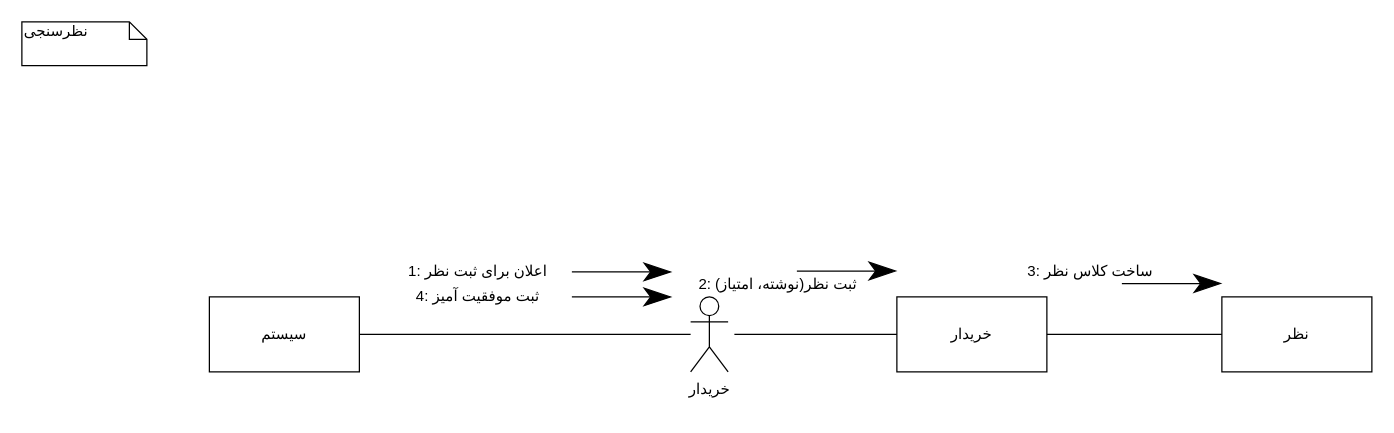
Above: Behavioural Modeling/Communication Diagrams/survey.drawio in khoramian/TahDig_SoftwareEngineering (draw.io), before the change. Source tidied: cells renumbered, new cells numbered last; positions are measured from the earlier drawing's top-left corner, leaving out a move shared by most shapes. Both pictures are drawn from the tidied source at 125%, with x=0, y=0 at pixel (21, 21).
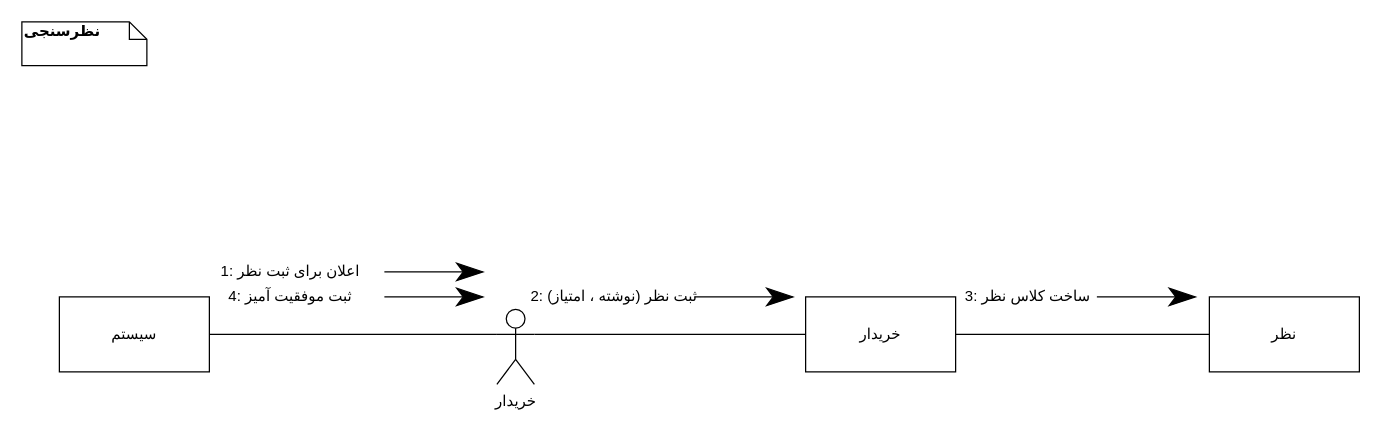
After the change.

Diff of the diagram source:
```diff
@@
-    <mxCell id="2" value="نظرسنجی" style="shape=note;whiteSpace=wrap;html=1;size=14;verticalAlign=top;align=left;spacingTop=-6;rounded=0;shadow=0;comic=0;labelBackgroundColor=none;strokeWidth=1;fontFamily=Verdana;fontSize=12;" parent="1" vertex="1">
+    <mxCell id="2" value="&lt;b&gt;نظرسنجی&lt;/b&gt;" style="shape=note;whiteSpace=wrap;html=1;size=14;verticalAlign=top;align=left;spacingTop=-6;rounded=0;shadow=0;comic=0;labelBackgroundColor=none;strokeWidth=1;fontFamily=Verdana;fontSize=12;" parent="1" vertex="1">
       <mxGeometry width="100" height="35" as="geometry" />
     </mxCell>
     <mxCell id="3" value="سیستم" style="rounded=0;whiteSpace=wrap;html=1;" parent="1" vertex="1">
-      <mxGeometry x="150" y="220" width="120" height="60" as="geometry" />
+      <mxGeometry x="30" y="220" width="120" height="60" as="geometry" />
     </mxCell>
     <mxCell id="4" value="خریدار" style="shape=umlActor;verticalLabelPosition=bottom;verticalAlign=top;html=1;outlineConnect=0;" parent="1" vertex="1">
-      <mxGeometry x="535" y="220" width="30" height="60" as="geometry" />
+      <mxGeometry x="380" y="230" width="30" height="60" as="geometry" />
     </mxCell>
     <mxCell id="5" value="خریدار" style="rounded=0;whiteSpace=wrap;html=1;" parent="1" vertex="1">
-      <mxGeometry x="700" y="220" width="120" height="60" as="geometry" />
+      <mxGeometry x="627" y="220" width="120" height="60" as="geometry" />
     </mxCell>
     <mxCell id="6" value="نظر" style="rounded=0;whiteSpace=wrap;html=1;" parent="1" vertex="1">
-      <mxGeometry x="960" y="220" width="120" height="60" as="geometry" />
+      <mxGeometry x="950" y="220" width="120" height="60" as="geometry" />
     </mxCell>
-    <mxCell id="7" style="endArrow=none;html=1;exitX=1;exitY=0.5;exitDx=0;exitDy=0;" parent="1" edge="1" source="3" target="4">
+    <mxCell id="7" style="endArrow=none;html=1;exitX=1;exitY=0.5;exitDx=0;exitDy=0;entryX=0;entryY=0.3333333333333333;entryDx=0;entryDy=0;entryPerimeter=0;" parent="1" edge="1" source="3" target="4">
       <mxGeometry relative="1" as="geometry" />
     </mxCell>
-    <mxCell id="8" style="endArrow=none;html=1;entryX=0;entryY=0.5;entryDx=0;entryDy=0;" parent="1" edge="1" target="5">
-      <mxGeometry relative="1" as="geometry">
-        <mxPoint x="570" y="250" as="sourcePoint" />
-      </mxGeometry>
+    <mxCell id="8" style="endArrow=none;html=1;entryX=0;entryY=0.5;entryDx=0;entryDy=0;exitX=1;exitY=0.3333333333333333;exitDx=0;exitDy=0;exitPerimeter=0;" parent="1" edge="1" source="4" target="5">
+      <mxGeometry relative="1" as="geometry" />
     </mxCell>
@@
     <mxCell id="10" value="1: اعلان برای ثبت نظر" style="text;html=1;strokeColor=none;fillColor=none;align=center;verticalAlign=middle;whiteSpace=wrap;rounded=0;" parent="1" vertex="1">
-      <mxGeometry x="290" y="190" width="150" height="20" as="geometry" />
+      <mxGeometry x="140" y="190" width="150" height="20" as="geometry" />
     </mxCell>
     <mxCell id="11" style="endArrow=classicThin;html=1;strokeWidth=1;endSize=20;" parent="1" edge="1">
       <mxGeometry relative="1" as="geometry">
-        <mxPoint x="440" y="200" as="sourcePoint" />
-        <mxPoint x="520" y="200" as="targetPoint" />
+        <mxPoint x="290" y="200" as="sourcePoint" />
+        <mxPoint x="370" y="200" as="targetPoint" />
       </mxGeometry>
     </mxCell>
     <mxCell id="12" style="endArrow=classicThin;html=1;strokeWidth=1;endSize=20;" parent="1" edge="1">
       <mxGeometry relative="1" as="geometry">
-        <mxPoint x="440" y="220" as="sourcePoint" />
-        <mxPoint x="520" y="220" as="targetPoint" />
+        <mxPoint x="290" y="220" as="sourcePoint" />
+        <mxPoint x="370" y="220" as="targetPoint" />
       </mxGeometry>
     </mxCell>
     <mxCell id="13" value="4: ثبت موفقیت آمیز" style="text;html=1;strokeColor=none;fillColor=none;align=center;verticalAlign=middle;whiteSpace=wrap;rounded=0;" parent="1" vertex="1">
-      <mxGeometry x="290" y="210" width="150" height="20" as="geometry" />
+      <mxGeometry x="140" y="210" width="150" height="20" as="geometry" />
     </mxCell>
     <mxCell id="14" style="endArrow=classicThin;html=1;strokeWidth=1;endSize=20;" parent="1" edge="1">
       <mxGeometry relative="1" as="geometry">
-        <mxPoint x="620" y="199.3" as="sourcePoint" />
-        <mxPoint x="700" y="199.3" as="targetPoint" />
+        <mxPoint x="538" y="220" as="sourcePoint" />
+        <mxPoint x="618" y="220" as="targetPoint" />
       </mxGeometry>
     </mxCell>
-    <mxCell id="15" value="2: ثبت نظر(نوشته، امتیاز)" style="text;html=1;strokeColor=none;fillColor=none;align=center;verticalAlign=middle;whiteSpace=wrap;rounded=0;" parent="1" vertex="1">
-      <mxGeometry x="530" y="200" width="150" height="20" as="geometry" />
+    <mxCell id="15" value="2: (ثبت نظر (نوشته ، امتیاز" style="text;html=1;strokeColor=none;fillColor=none;align=center;verticalAlign=middle;whiteSpace=wrap;rounded=0;" parent="1" vertex="1">
+      <mxGeometry x="399" y="210" width="150" height="20" as="geometry" />
     </mxCell>
     <mxCell id="16" style="endArrow=classicThin;html=1;strokeWidth=1;endSize=20;" parent="1" edge="1">
       <mxGeometry relative="1" as="geometry">
-        <mxPoint x="880" y="209.3" as="sourcePoint" />
-        <mxPoint x="960" y="209.3" as="targetPoint" />
+        <mxPoint x="860" y="220" as="sourcePoint" />
+        <mxPoint x="940" y="220" as="targetPoint" />
       </mxGeometry>
     </mxCell>
     <mxCell id="17" value="3: ساخت کلاس نظر" style="text;html=1;strokeColor=none;fillColor=none;align=center;verticalAlign=middle;whiteSpace=wrap;rounded=0;" parent="1" vertex="1">
-      <mxGeometry x="780" y="190" width="150" height="20" as="geometry" />
+      <mxGeometry x="730" y="210" width="150" height="20" as="geometry" />
     </mxCell>
```
